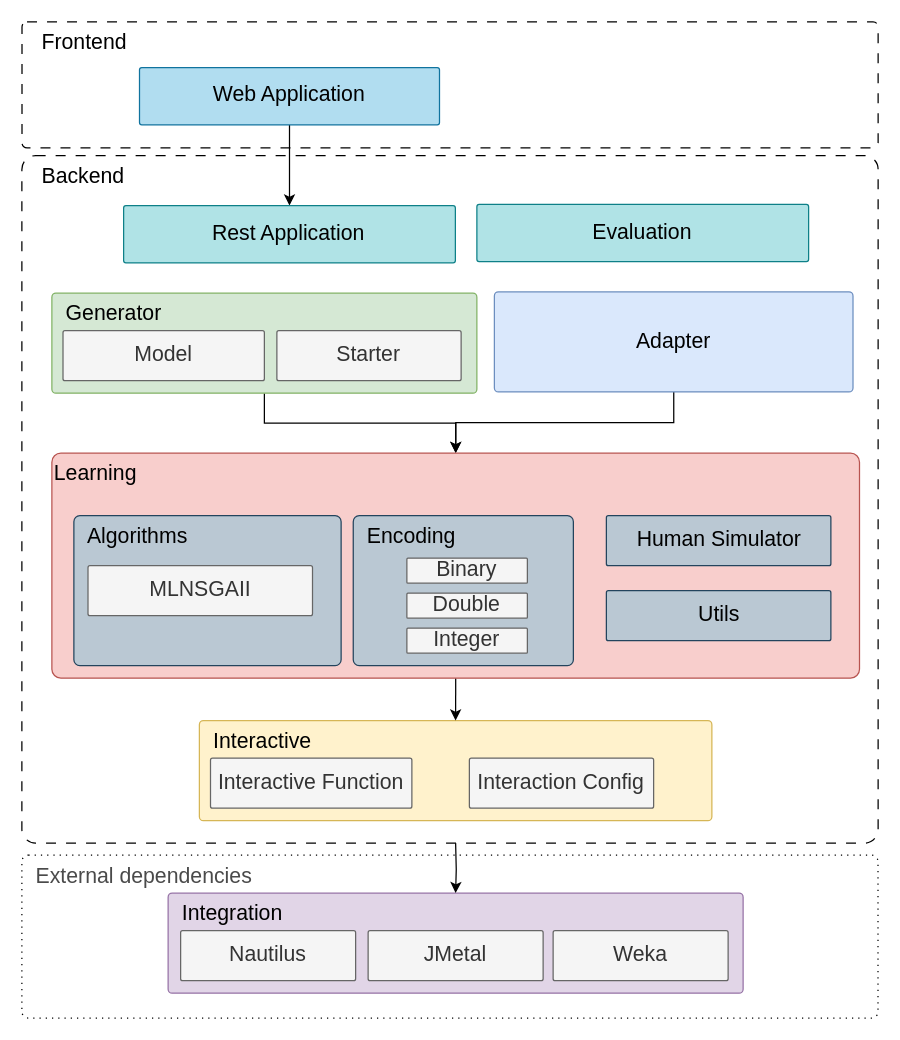
Above: docs/modules.drawio in iSEarchAI/isearchai (draw.io), before the change. Source tidied: cells renumbered, new cells numbered last; positions are measured from the earlier drawing's top-left corner, leaving out a move shared by most shapes. Both pictures are drawn from the tidied source at 125%, with x=0, y=0 at pixel (21, 21).
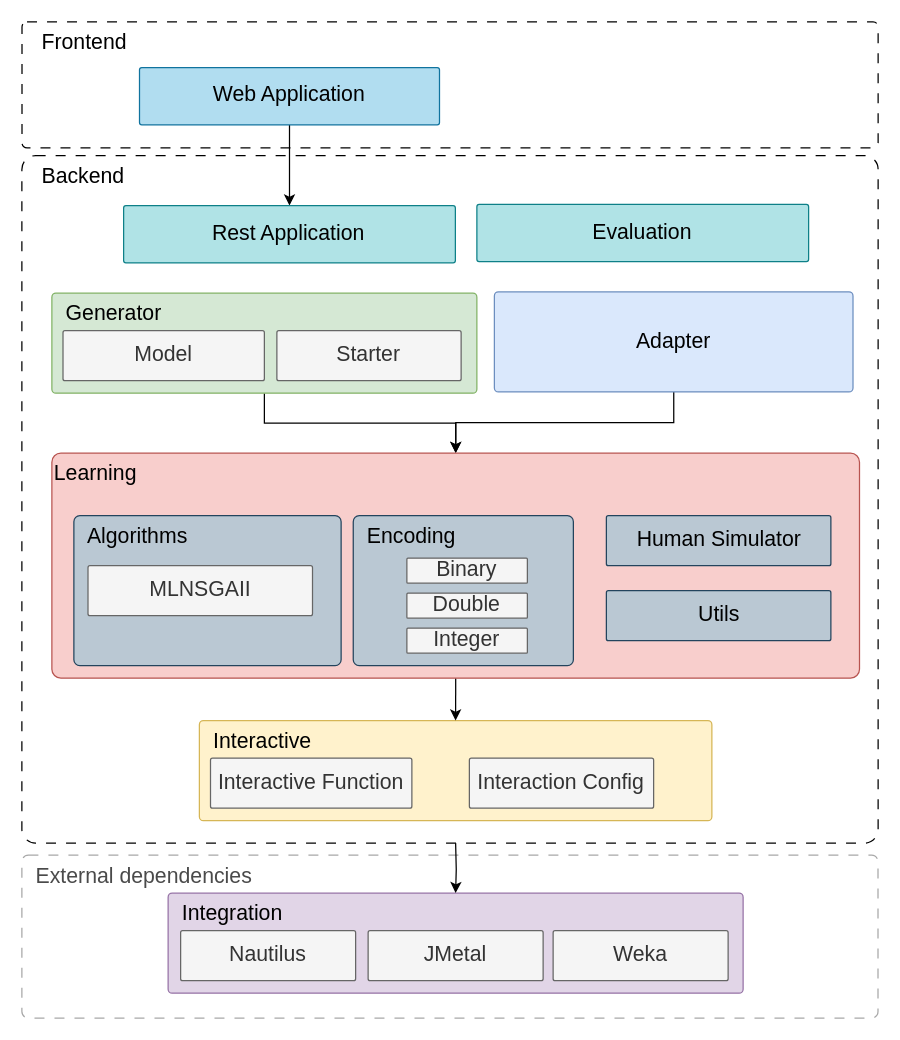
Above is the later version.

What changed in the source:
```diff
@@
-    <mxCell id="2" value="&lt;div style=&quot;padding-top: 0px; font-size: 17px;&quot;&gt;&amp;nbsp; External dependencies&lt;/div&gt;" style="rounded=1;whiteSpace=wrap;html=1;align=left;verticalAlign=top;arcSize=4;fontSize=17;dashed=1;dashPattern=1 4;gradientColor=none;fontColor=#4A4A4A;" parent="1" vertex="1">
+    <mxCell id="2" value="&lt;div style=&quot;padding-top: 0px; font-size: 17px;&quot;&gt;&amp;nbsp; External dependencies&lt;/div&gt;" style="rounded=1;whiteSpace=wrap;html=1;align=left;verticalAlign=top;arcSize=4;fontSize=17;dashed=1;gradientColor=none;fontColor=#4A4A4A;dashPattern=8 8;strokeColor=#A8A8A8;" parent="1" vertex="1">
       <mxGeometry y="666.6" width="684.9" height="130.4" as="geometry" />
     </mxCell>
```
